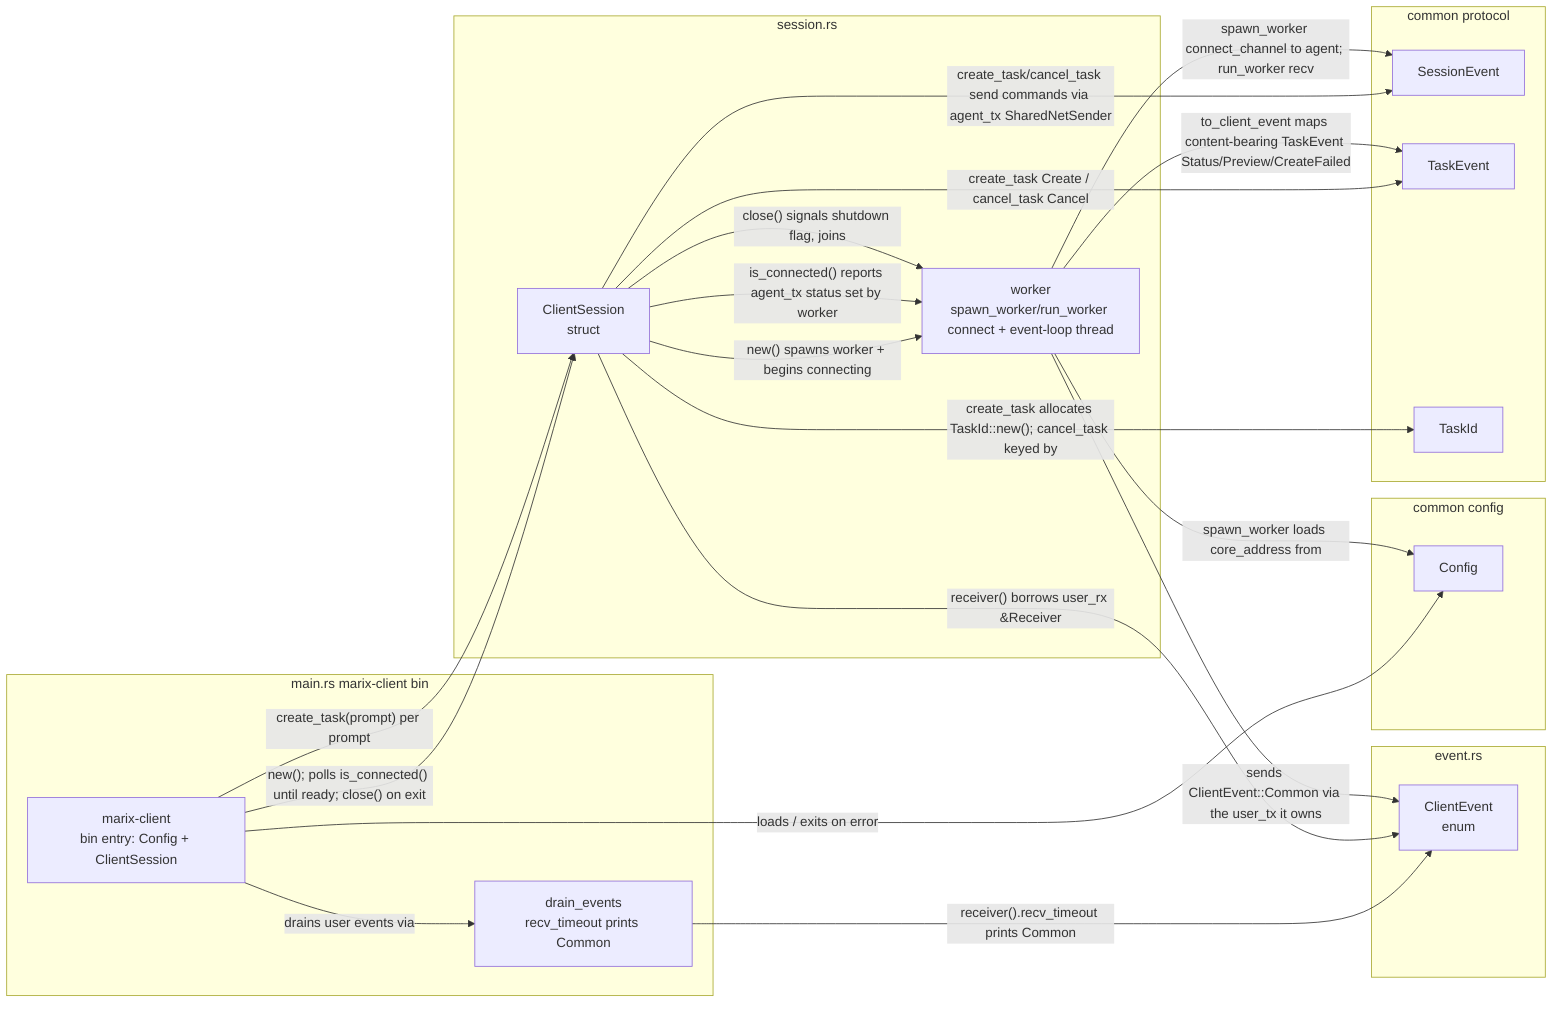
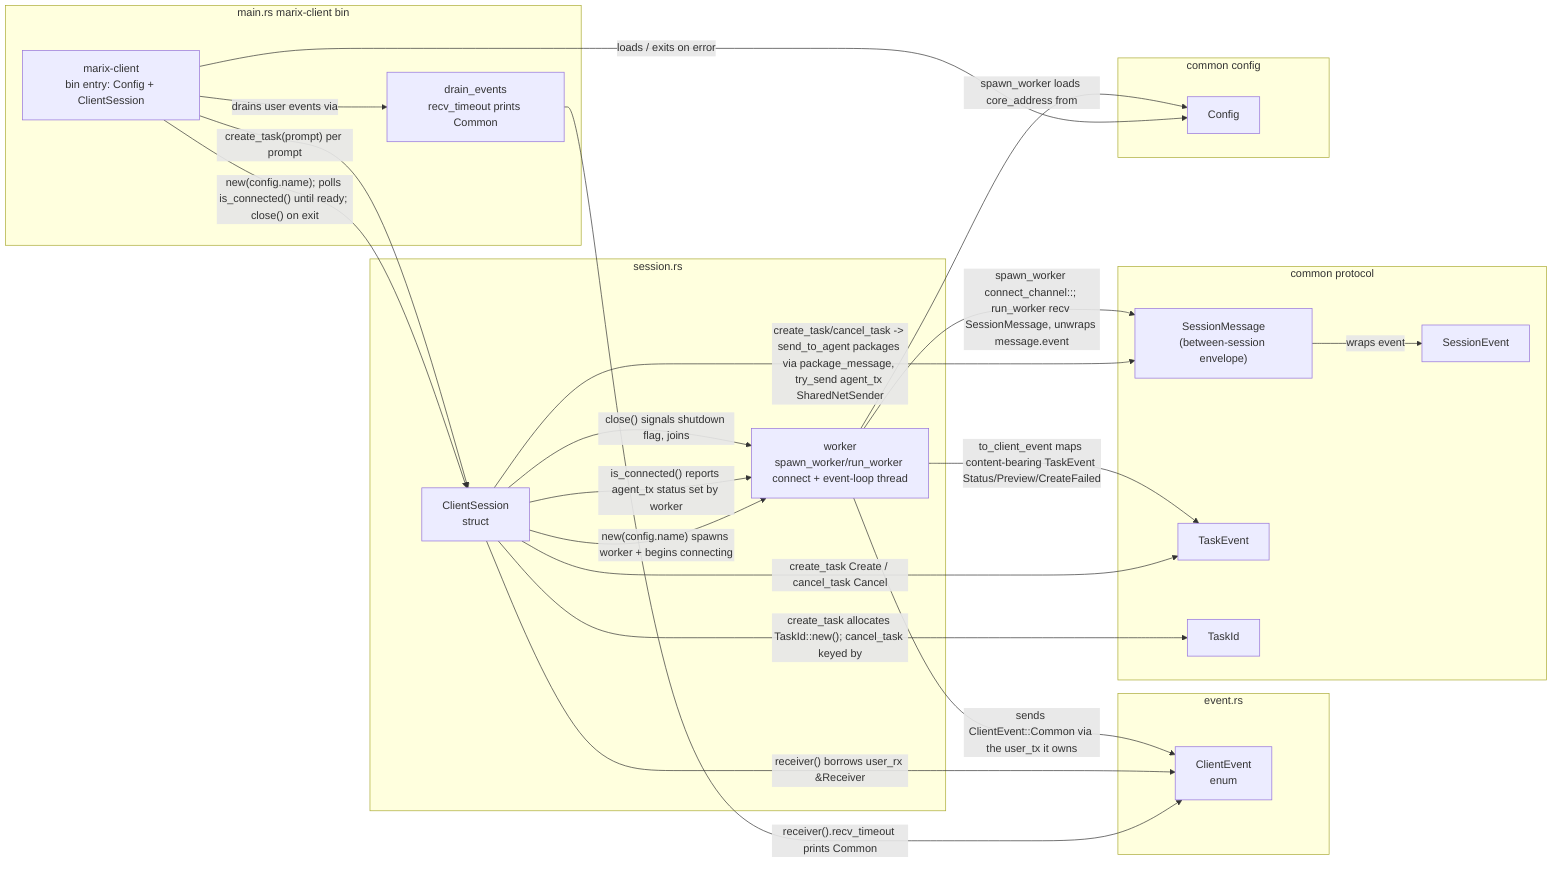
flowchart LR
-   %% lib.rs re-exports ClientSession and ClientEvent. ClientSession is implemented, a self-connecting client mirroring HostSession's worker + shutdown model: new() builds the user ClientEvent channel and an empty SharedNetSender, then spawns the worker (moving user_tx into it) and begins connecting immediately; is_connected() reports whether the worker has stored the shared agent_tx NetSender yet; the worker loads config.client.core_address, connect_channels to the agent (retrying), stores the NetSender into the shared agent_tx, and run_worker block_on's a current-thread tokio runtime that translates inbound SessionEvents into ClientEvents via to_client_event (content-bearing task events only); create_task/cancel_task send task commands through agent_tx; receiver() borrows user_rx; close() signals the shutdown flag and joins the worker.
-   %% main.rs is the marix-client binary entry that loads Config, constructs a ClientSession and waits via is_connected() (bounded loop) until it is ready, runs one-shot or interactive prompts, and drains ClientEvent::Common messages until idle.
+   %% lib.rs re-exports ClientSession and ClientEvent. ClientSession is implemented, a self-connecting client mirroring HostSession's worker + shutdown model: new(name) stores the session name in SOURCE_NAME, builds the user ClientEvent channel and an empty SharedNetSender<SessionMessage>, then spawns the worker (moving user_tx into it) and begins connecting immediately; is_connected() reports whether the worker has stored the shared agent_tx NetSender yet; the worker loads config.client.core_address, connect_channel::<SessionMessage> to the agent (retrying), stores the NetSender into the shared agent_tx, and run_worker block_on's a current-thread tokio runtime that unwraps each inbound SessionMessage and translates message.event into ClientEvents via to_client_event (content-bearing task events only); create_task/cancel_task package task commands via the static package_message and send them through agent_tx; receiver() borrows user_rx; close() signals the shutdown flag and joins the worker.
+   %% main.rs is the marix-client binary entry that loads Config, constructs a ClientSession::new(config.name) and waits via is_connected() (bounded loop) until it is ready, runs one-shot or interactive prompts, and drains ClientEvent::Common messages until idle.
  subgraph main_rs[main.rs marix-client bin]
    MarixClientBin["marix-client\nbin entry: Config + ClientSession"]
    DrainEvents["drain_events\nrecv_timeout prints Common"]
  end

  subgraph event_rs[event.rs]
    ClientEvent["ClientEvent\nenum"]
  end

  subgraph session_rs[session.rs]
    ClientSession["ClientSession\nstruct"]
    Worker["worker\nspawn_worker/run_worker connect + event-loop thread"]
  end

  subgraph common_protocol[common protocol]
+     SessionMessage["SessionMessage\n(between-session envelope)"]
    SessionEvent["SessionEvent"]
    TaskEvent["TaskEvent"]
    TaskId["TaskId"]
  end

  subgraph common_config[common config]
    Config["Config"]
  end

  MarixClientBin -->|"loads / exits on error"| Config
-   MarixClientBin -->|"new(); polls is_connected() until ready; close() on exit"| ClientSession
+   MarixClientBin -->|"new(config.name); polls is_connected() until ready; close() on exit"| ClientSession
  MarixClientBin -->|"create_task(prompt) per prompt"| ClientSession
  MarixClientBin -->|"drains user events via"| DrainEvents
  DrainEvents -->|"receiver().recv_timeout prints Common"| ClientEvent
-   ClientSession -->|"new() spawns worker + begins connecting"| Worker
+   ClientSession -->|"new(config.name) spawns worker + begins connecting"| Worker
  ClientSession -->|"is_connected() reports agent_tx status set by worker"| Worker
-   ClientSession -->|"create_task/cancel_task send commands via agent_tx SharedNetSender<SessionEvent>"| SessionEvent
+   ClientSession -->|"create_task/cancel_task -> send_to_agent packages via package_message, try_send agent_tx SharedNetSender<SessionMessage>"| SessionMessage
+   SessionMessage -->|"wraps event"| SessionEvent
  ClientSession -->|"create_task Create / cancel_task Cancel"| TaskEvent
  ClientSession -->|"create_task allocates TaskId::new(); cancel_task keyed by"| TaskId
  ClientSession -->|"receiver() borrows user_rx &Receiver<ClientEvent>"| ClientEvent
  ClientSession -->|"close() signals shutdown flag, joins"| Worker
  Worker -->|"spawn_worker loads core_address from"| Config
-   Worker -->|"spawn_worker connect_channel to agent; run_worker recv"| SessionEvent
+   Worker -->|"spawn_worker connect_channel::<SessionMessage>; run_worker recv SessionMessage, unwraps message.event"| SessionMessage
  Worker -->|"to_client_event maps content-bearing TaskEvent Status/Preview/CreateFailed"| TaskEvent
  Worker -->|"sends ClientEvent::Common via the user_tx it owns"| ClientEvent
